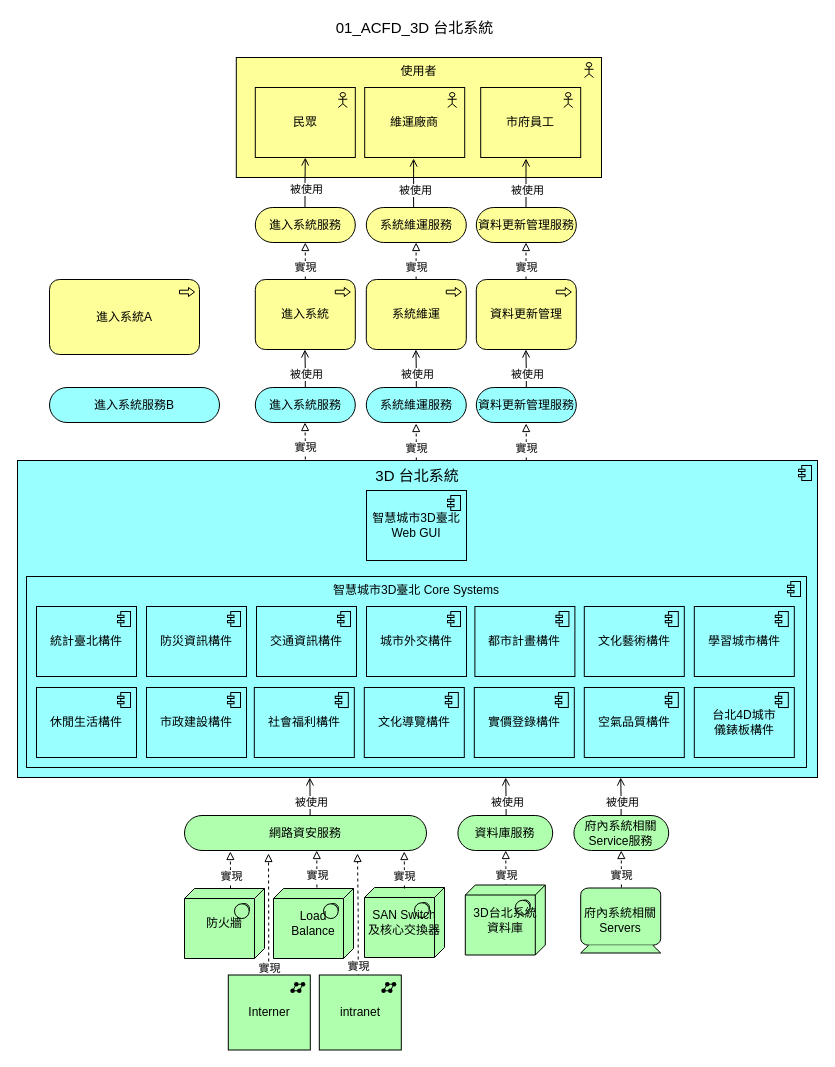
Before: page "01_ACFD_3D 台北系統" (1 of 17) of 3D.drawio in cxr0801/EA, a draw.io diagram. Source tidied: cells renumbered, new cells numbered last; positions are measured from the earlier drawing's top-left corner, leaving out a move shared by most shapes. Both pictures are drawn from the tidied source at 100%, with x=0, y=0 at pixel (17, 17).
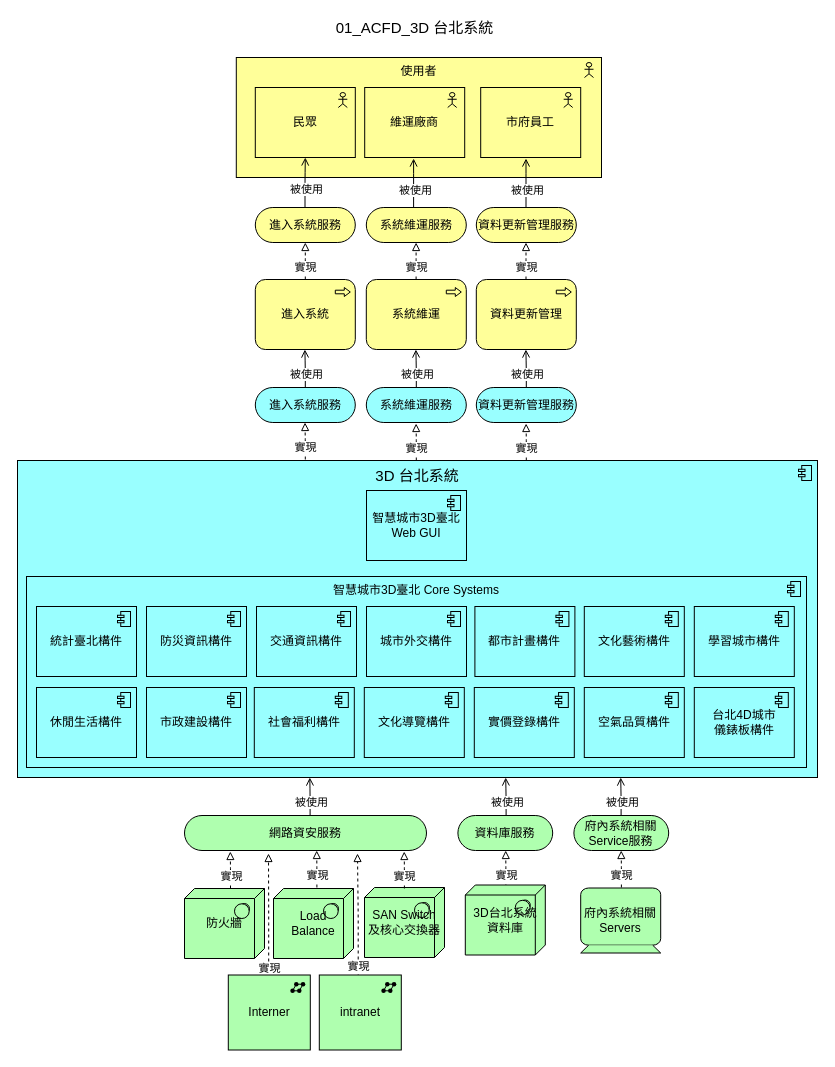
The same page after the edit.

Commit message:
3D.drawio_員工A_Archimate刪除ICON

Change to the diagram source:
```diff
@@
-    <mxCell id="87" value="進入系統服務B" style="html=1;whiteSpace=wrap;fillColor=#99ffff;shape=mxgraph.archimate3.service;" parent="1" vertex="1">
-      <mxGeometry x="32" y="370" width="170" height="35" as="geometry" />
-    </mxCell>
-    <mxCell id="88" value="進入系統A" style="html=1;whiteSpace=wrap;fillColor=#ffff99;shape=mxgraph.archimate3.application;appType=proc;archiType=rounded;" parent="1" vertex="1">
-      <mxGeometry x="32" y="262" width="150" height="75" as="geometry" />
-    </mxCell>
```
